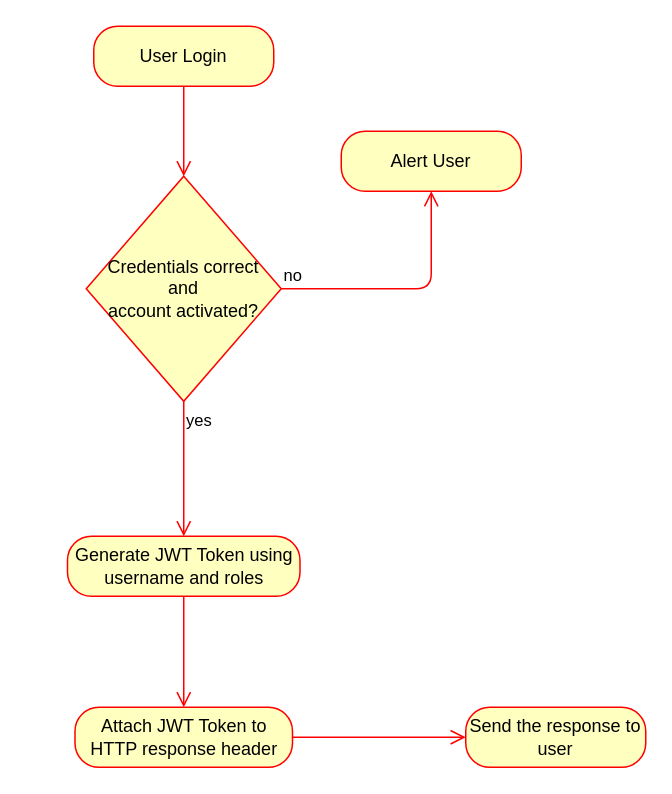
khwongbf/FYP-CodeBase keeps this draw.io diagram as User Login.drawio. Above is the earlier version. Source tidied: cells renumbered, new cells numbered last; positions are measured from the earlier drawing's top-left corner, leaving out a move shared by most shapes. Both pictures are drawn from the tidied source at 150%, with x=0, y=0 at pixel (68, 26).
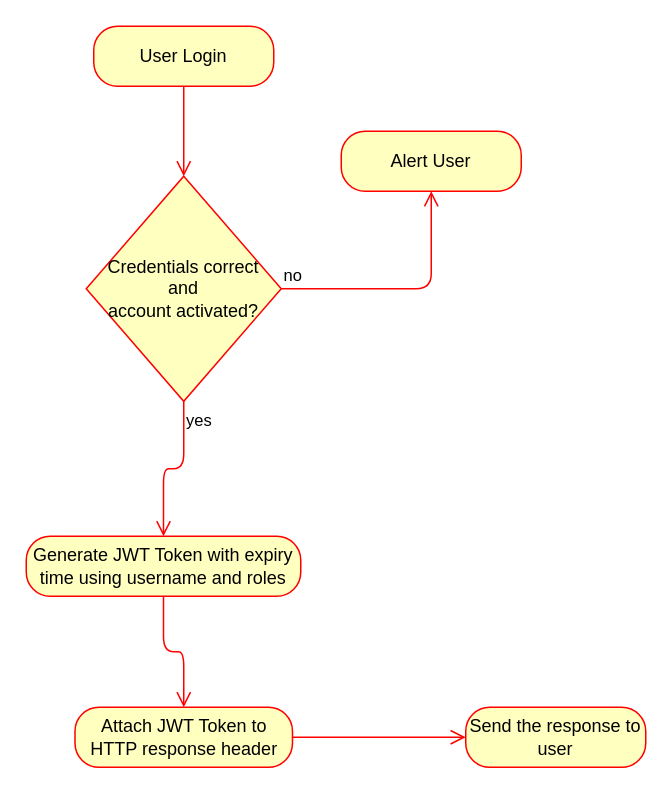
The same page after the edit.

Diff of the diagram source:
```diff
@@
 <mxGraphModel>
   <root>
     <mxCell id="0" />
     <mxCell id="1" parent="0" />
     <mxCell id="2" value="User Login" style="rounded=1;whiteSpace=wrap;html=1;arcSize=40;fontColor=#000000;fillColor=#ffffc0;strokeColor=#ff0000;" parent="1" vertex="1">
       <mxGeometry x="17" width="120" height="40" as="geometry" />
     </mxCell>
     <mxCell id="3" style="edgeStyle=orthogonalEdgeStyle;html=1;verticalAlign=bottom;endArrow=open;endSize=8;strokeColor=#ff0000;entryX=0.5;entryY=0;entryDx=0;entryDy=0;" parent="1" edge="1" source="2" target="4">
       <mxGeometry relative="1" as="geometry" />
     </mxCell>
     <mxCell id="4" value="Credentials correct&lt;br&gt;and&lt;br&gt;account activated?" style="rhombus;whiteSpace=wrap;html=1;fillColor=#ffffc0;strokeColor=#ff0000;" parent="1" vertex="1">
       <mxGeometry x="12" y="100" width="130" height="150" as="geometry" />
     </mxCell>
     <mxCell id="5" value="no" style="edgeStyle=orthogonalEdgeStyle;html=1;align=left;verticalAlign=bottom;endArrow=open;endSize=8;strokeColor=#ff0000;entryX=0.5;entryY=1;entryDx=0;entryDy=0;" parent="1" edge="1" source="4" target="7">
       <mxGeometry x="-1" relative="1" as="geometry">
         <Array as="points">
           <mxPoint x="242" y="175" />
         </Array>
       </mxGeometry>
     </mxCell>
     <mxCell id="6" value="yes" style="edgeStyle=orthogonalEdgeStyle;html=1;align=left;verticalAlign=top;endArrow=open;endSize=8;strokeColor=#ff0000;entryX=0.5;entryY=0;entryDx=0;entryDy=0;" parent="1" edge="1" source="4" target="8">
       <mxGeometry x="-1" relative="1" as="geometry" />
     </mxCell>
     <mxCell id="7" value="Alert User" style="rounded=1;whiteSpace=wrap;html=1;arcSize=40;fontColor=#000000;fillColor=#ffffc0;strokeColor=#ff0000;" parent="1" vertex="1">
       <mxGeometry x="182" y="70" width="120" height="40" as="geometry" />
     </mxCell>
-    <mxCell id="8" value="Generate JWT Token using username and roles&lt;br&gt;" style="rounded=1;whiteSpace=wrap;html=1;arcSize=40;fontColor=#000000;fillColor=#ffffc0;strokeColor=#ff0000;" parent="1" vertex="1">
-      <mxGeometry x="-0.5" y="340" width="155" height="40" as="geometry" />
+    <mxCell id="8" value="Generate JWT Token with expiry time using username and roles&lt;br&gt;" style="rounded=1;whiteSpace=wrap;html=1;arcSize=40;fontColor=#000000;fillColor=#ffffc0;strokeColor=#ff0000;" parent="1" vertex="1">
+      <mxGeometry x="-28" y="340" width="183" height="40" as="geometry" />
     </mxCell>
     <mxCell id="9" style="edgeStyle=orthogonalEdgeStyle;html=1;verticalAlign=bottom;endArrow=open;endSize=8;strokeColor=#ff0000;entryX=0.5;entryY=0;entryDx=0;entryDy=0;" parent="1" edge="1" source="8" target="10">
       <mxGeometry relative="1" as="geometry" />
     </mxCell>
     <mxCell id="10" value="Attach JWT Token to HTTP response header" style="rounded=1;whiteSpace=wrap;html=1;arcSize=40;fontColor=#000000;fillColor=#ffffc0;strokeColor=#ff0000;" parent="1" vertex="1">
       <mxGeometry x="4.5" y="454" width="145" height="40" as="geometry" />
     </mxCell>
     <mxCell id="11" style="edgeStyle=orthogonalEdgeStyle;html=1;verticalAlign=bottom;endArrow=open;endSize=8;strokeColor=#ff0000;entryX=0;entryY=0.5;entryDx=0;entryDy=0;" parent="1" edge="1" source="10" target="12">
       <mxGeometry relative="1" as="geometry" />
     </mxCell>
     <mxCell id="12" value="Send the response to user" style="rounded=1;whiteSpace=wrap;html=1;arcSize=40;fontColor=#000000;fillColor=#ffffc0;strokeColor=#ff0000;" parent="1" vertex="1">
       <mxGeometry x="265" y="454" width="120" height="40" as="geometry" />
     </mxCell>
   </root>
 </mxGraphModel>
```
